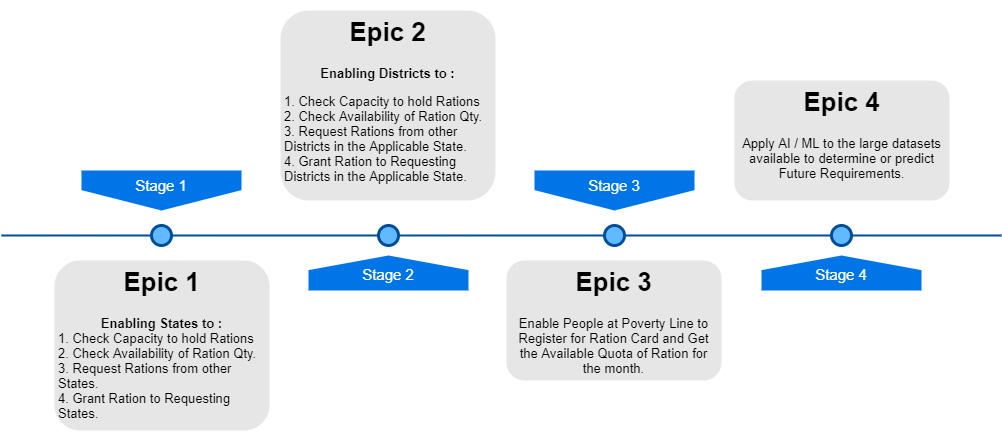
Earlier version of the draw.io export ProductRoadMap.png (gswain3316/pdsmanagement). Source tidied: cells renumbered, new cells last; positions are measured from the earlier drawing's top-left corner, leaving out a move shared by most shapes.
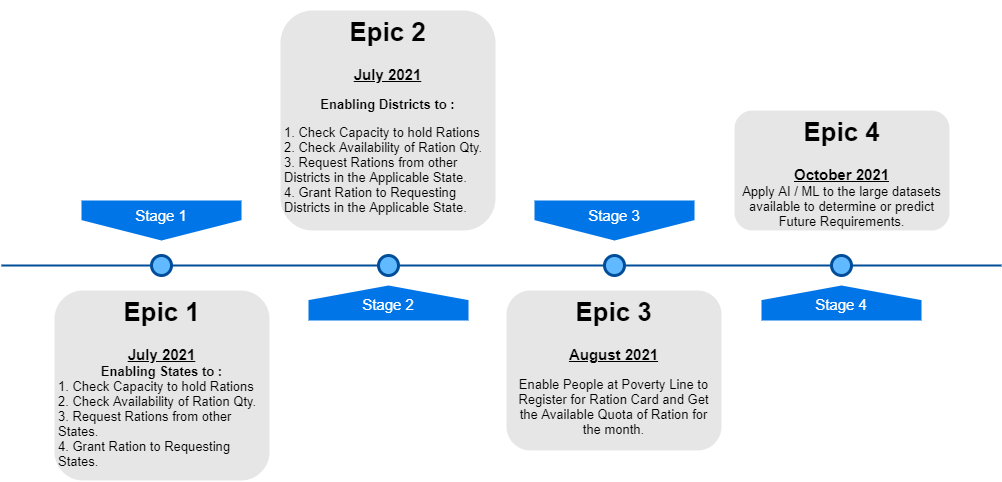
The same diagram one commit later.

Commit message:
Update ProductRoadMap_Ver2

The edit, as a diff of the source:
```diff
@@ -29,16 +29,16 @@
     <mxCell id="10" style="ellipse;whiteSpace=wrap;html=1;fillColor=#61BAFF;fontSize=28;fontColor=#004D99;strokeWidth=3;strokeColor=#004D99;" parent="1" vertex="1">
       <mxGeometry x="830" y="215" width="20" height="20" as="geometry" />
     </mxCell>
-    <mxCell id="11" value="&lt;h1&gt;Epic 1&lt;/h1&gt;&lt;div&gt;&lt;b&gt;Enabling States to :&lt;/b&gt;&lt;/div&gt;&lt;div style=&quot;text-align: left&quot;&gt;1. Check Capacity to hold Rations&lt;/div&gt;&lt;div style=&quot;text-align: left&quot;&gt;2. Check Availability of Ration Qty.&lt;/div&gt;&lt;div style=&quot;text-align: left&quot;&gt;3. Request Rations from other States.&lt;/div&gt;&lt;div style=&quot;text-align: left&quot;&gt;4. Grant Ration to Requesting States.&lt;/div&gt;" style="text;html=1;spacing=5;spacingTop=-20;whiteSpace=wrap;overflow=hidden;strokeColor=none;strokeWidth=3;fillColor=#E6E6E6;fontSize=13;fontColor=#000000;align=center;rounded=1;" parent="1" vertex="1">
-      <mxGeometry x="53" y="250" width="215" height="170" as="geometry" />
+    <mxCell id="11" value="&lt;h1&gt;Epic 1&lt;/h1&gt;&lt;div&gt;&lt;b&gt;&lt;u&gt;&lt;font style=&quot;font-size: 15px&quot;&gt;July 2021&lt;/font&gt;&lt;/u&gt;&lt;/b&gt;&lt;/div&gt;&lt;div&gt;&lt;b&gt;Enabling States to :&lt;/b&gt;&lt;/div&gt;&lt;div style=&quot;text-align: left&quot;&gt;1. Check Capacity to hold Rations&lt;/div&gt;&lt;div style=&quot;text-align: left&quot;&gt;2. Check Availability of Ration Qty.&lt;/div&gt;&lt;div style=&quot;text-align: left&quot;&gt;3. Request Rations from other States.&lt;/div&gt;&lt;div style=&quot;text-align: left&quot;&gt;4. Grant Ration to Requesting States.&lt;/div&gt;" style="text;html=1;spacing=5;spacingTop=-20;whiteSpace=wrap;overflow=hidden;strokeColor=none;strokeWidth=3;fillColor=#E6E6E6;fontSize=13;fontColor=#000000;align=center;rounded=1;" parent="1" vertex="1">
+      <mxGeometry x="53" y="250" width="215" height="190" as="geometry" />
     </mxCell>
-    <mxCell id="12" value="&lt;h1&gt;Epic 2&lt;/h1&gt;&lt;p&gt;&lt;b&gt;Enabling Districts to :&lt;/b&gt;&lt;/p&gt;&lt;div style=&quot;text-align: left&quot;&gt;1. Check Capacity to hold Rations&lt;/div&gt;&lt;div style=&quot;text-align: left&quot;&gt;2. Check Availability of Ration Qty.&lt;/div&gt;&lt;div style=&quot;text-align: left&quot;&gt;3. Request Rations from other Districts in the Applicable State.&lt;/div&gt;&lt;div style=&quot;text-align: left&quot;&gt;4. Grant Ration to Requesting Districts in the Applicable State.&lt;/div&gt;" style="text;html=1;spacing=5;spacingTop=-20;whiteSpace=wrap;overflow=hidden;strokeColor=none;strokeWidth=3;fillColor=#E6E6E6;fontSize=13;fontColor=#000000;align=center;rounded=1;" parent="1" vertex="1">
-      <mxGeometry x="279" width="215" height="190" as="geometry" />
+    <mxCell id="12" value="&lt;h1&gt;Epic 2&lt;/h1&gt;&lt;p&gt;&lt;b&gt;&lt;u&gt;&lt;font style=&quot;font-size: 15px&quot;&gt;July 2021&lt;/font&gt;&lt;/u&gt;&lt;/b&gt;&lt;/p&gt;&lt;p&gt;&lt;b&gt;Enabling Districts to :&lt;/b&gt;&lt;/p&gt;&lt;div style=&quot;text-align: left&quot;&gt;1. Check Capacity to hold Rations&lt;/div&gt;&lt;div style=&quot;text-align: left&quot;&gt;2. Check Availability of Ration Qty.&lt;/div&gt;&lt;div style=&quot;text-align: left&quot;&gt;3. Request Rations from other Districts in the Applicable State.&lt;/div&gt;&lt;div style=&quot;text-align: left&quot;&gt;4. Grant Ration to Requesting Districts in the Applicable State.&lt;/div&gt;" style="text;html=1;spacing=5;spacingTop=-20;whiteSpace=wrap;overflow=hidden;strokeColor=none;strokeWidth=3;fillColor=#E6E6E6;fontSize=13;fontColor=#000000;align=center;rounded=1;" parent="1" vertex="1">
+      <mxGeometry x="279" y="-30" width="215" height="220" as="geometry" />
     </mxCell>
-    <mxCell id="13" value="&lt;h1&gt;Epic 3&lt;/h1&gt;&lt;p&gt;Enable People at Poverty Line to Register for Ration Card and Get the Available Quota of Ration for the month.&lt;/p&gt;" style="text;html=1;spacing=5;spacingTop=-20;whiteSpace=wrap;overflow=hidden;strokeColor=none;strokeWidth=3;fillColor=#E6E6E6;fontSize=13;fontColor=#000000;align=center;rounded=1;" parent="1" vertex="1">
-      <mxGeometry x="505" y="250" width="215" height="120" as="geometry" />
+    <mxCell id="13" value="&lt;h1&gt;Epic 3&lt;/h1&gt;&lt;div&gt;&lt;b&gt;&lt;u&gt;&lt;font style=&quot;font-size: 15px&quot;&gt;August 2021&lt;/font&gt;&lt;/u&gt;&lt;/b&gt;&lt;/div&gt;&lt;p&gt;Enable People at Poverty Line to Register for Ration Card and Get the Available Quota of Ration for the month.&lt;/p&gt;" style="text;html=1;spacing=5;spacingTop=-20;whiteSpace=wrap;overflow=hidden;strokeColor=none;strokeWidth=3;fillColor=#E6E6E6;fontSize=13;fontColor=#000000;align=center;rounded=1;" parent="1" vertex="1">
+      <mxGeometry x="505" y="250" width="215" height="160" as="geometry" />
     </mxCell>
-    <mxCell id="14" value="&lt;h1&gt;Epic 4&lt;/h1&gt;&lt;div&gt;Apply AI / ML to the large datasets available to determine or predict Future Requirements.&lt;/div&gt;" style="text;html=1;spacing=5;spacingTop=-20;whiteSpace=wrap;overflow=hidden;strokeColor=none;strokeWidth=3;fillColor=#E6E6E6;fontSize=13;fontColor=#000000;align=center;rounded=1;" parent="1" vertex="1">
+    <mxCell id="14" value="&lt;h1&gt;Epic 4&lt;/h1&gt;&lt;div&gt;&lt;b&gt;&lt;u&gt;&lt;font style=&quot;font-size: 15px&quot;&gt;October 2021&lt;/font&gt;&lt;/u&gt;&lt;/b&gt;&lt;/div&gt;&lt;div&gt;Apply AI / ML to the large datasets available to determine or predict Future Requirements.&lt;/div&gt;" style="text;html=1;spacing=5;spacingTop=-20;whiteSpace=wrap;overflow=hidden;strokeColor=none;strokeWidth=3;fillColor=#E6E6E6;fontSize=13;fontColor=#000000;align=center;rounded=1;" parent="1" vertex="1">
       <mxGeometry x="733" y="70" width="215" height="120" as="geometry" />
     </mxCell>
   </root>
```
